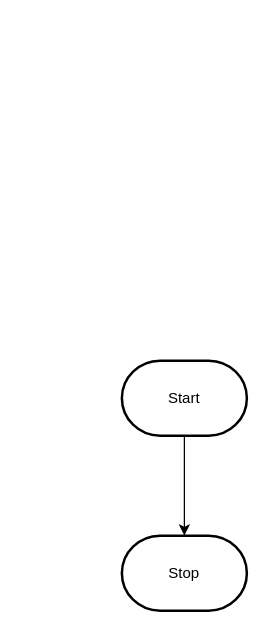
MTHS-ICS2O-2-2022/ICS2O-Unit-5-06-Yuri-Gabutero24 keeps this draw.io diagram as design/flowchart.drawio. Above is the earlier version. Source tidied: cells renumbered, new cells numbered last; positions are measured from the earlier drawing's top-left corner, leaving out a move shared by most shapes. Both pictures are drawn from the tidied source at 125%, with x=0, y=0 at pixel (121, 360).
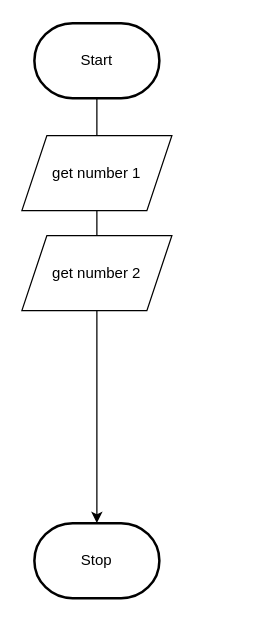
The same page after the edit.

What changed in the source:
```diff
@@
 <mxGraphModel>
   <root>
     <mxCell id="0" />
     <mxCell id="1" parent="0" />
-    <mxCell id="2" style="edgeStyle=orthogonalEdgeStyle;html=1;rounded=0;" parent="1" edge="1" source="3" target="4">
+    <mxCell id="2" style="edgeStyle=orthogonalEdgeStyle;html=1;rounded=0;startArrow=none;" parent="1" edge="1" source="8" target="4">
       <mxGeometry relative="1" as="geometry" />
     </mxCell>
     <mxCell id="3" value="Start" style="strokeWidth=2;html=1;shape=mxgraph.flowchart.terminator;whiteSpace=wrap;" parent="1" vertex="1">
-      <mxGeometry width="100" height="60" as="geometry" />
+      <mxGeometry x="-70" y="-270" width="100" height="60" as="geometry" />
     </mxCell>
     <mxCell id="4" value="Stop" style="strokeWidth=2;html=1;shape=mxgraph.flowchart.terminator;whiteSpace=wrap;" parent="1" vertex="1">
-      <mxGeometry y="140" width="100" height="60" as="geometry" />
+      <mxGeometry x="-70" y="130" width="100" height="60" as="geometry" />
     </mxCell>
+    <mxCell id="5" style="edgeStyle=orthogonalEdgeStyle;html=1;rounded=0;endArrow=none;" parent="1" edge="1" source="3" target="6">
+      <mxGeometry relative="1" as="geometry" />
+    </mxCell>
+    <mxCell id="6" value="get number 1" style="shape=parallelogram;perimeter=parallelogramPerimeter;whiteSpace=wrap;html=1;fixedSize=1;" parent="1" vertex="1">
+      <mxGeometry x="-80" y="-180" width="120" height="60" as="geometry" />
+    </mxCell>
+    <mxCell id="7" style="edgeStyle=orthogonalEdgeStyle;html=1;rounded=0;startArrow=none;endArrow=none;" parent="1" edge="1" source="6" target="8">
+      <mxGeometry relative="1" as="geometry" />
+    </mxCell>
+    <mxCell id="8" value="get number 2" style="shape=parallelogram;perimeter=parallelogramPerimeter;whiteSpace=wrap;html=1;fixedSize=1;" parent="1" vertex="1">
+      <mxGeometry x="-80" y="-100" width="120" height="60" as="geometry" />
+    </mxCell>
   </root>
 </mxGraphModel>
```
